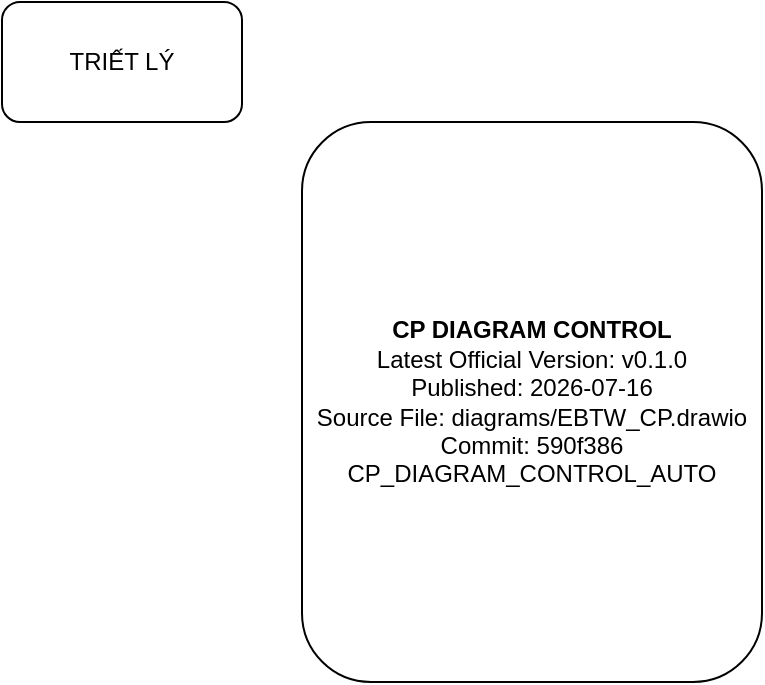
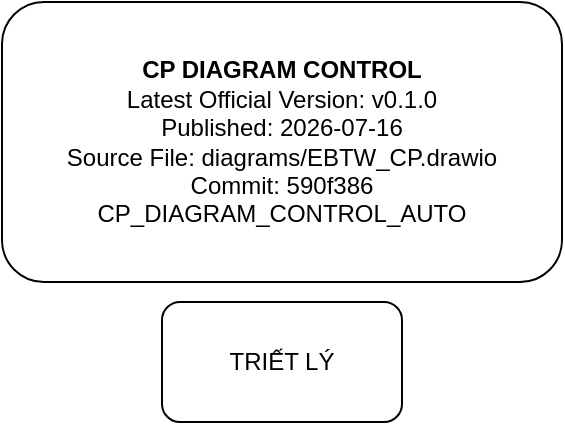
<mxfile host="app.diagrams.net">
  <diagram name="Trang-1" id="gTWqTAZWpe6w8VMmXgS7">
    <mxGraphModel dx="1414" dy="751" grid="1" gridSize="10" guides="1" tooltips="1" connect="1" arrows="1" fold="1" page="1" pageScale="1" pageWidth="4681" pageHeight="3300" math="0" shadow="0">
      <root>
        <mxCell id="0" />
        <mxCell id="1" parent="0" />
        <mxCell id="WSasz7ZzoXwr0EW6ub1j-1" parent="1" style="rounded=1;whiteSpace=wrap;html=1;" value="TRIẾT LÝ" vertex="1">
          <mxGeometry height="60" width="120" x="510" y="200" as="geometry" />
        </mxCell>
        <mxCell id="xuVE40aZp2BdjfJBI_KB-1" parent="1" style="rounded=1;whiteSpace=wrap;html=1;" value="&lt;div&gt;&lt;b&gt;CP DIAGRAM CONTROL&lt;/b&gt;&lt;/div&gt;&lt;div&gt;Latest Official Version: v0.1.0&lt;/div&gt;&lt;div&gt;Published: 2026-07-16&lt;/div&gt;&lt;div&gt;Source File: diagrams/EBTW_CP.drawio&lt;/div&gt;&lt;div&gt;Commit: 590f386&lt;/div&gt;&lt;div&gt;CP_DIAGRAM_CONTROL_AUTO&lt;/div&gt;" vertex="1">
-           <mxGeometry height="280" width="230" x="660" y="260" as="geometry" />
+           <mxGeometry height="140" width="280" x="430" y="50" as="geometry" />
        </mxCell>
      </root>
    </mxGraphModel>
  </diagram>
</mxfile>
